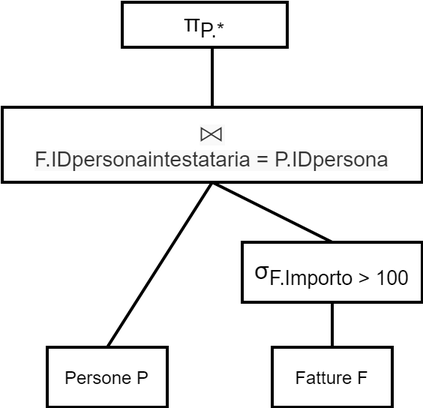
Before: Piani di accesso/Albero logico 1.png, a diagram exported from draw.io (alessandro-antonelli/Studio-professionale-fatture). Source tidied: cells renumbered, new cells last; positions are measured from the earlier drawing's top-left corner, leaving out a move shared by most shapes. The source it was exported from:
```xml
<mxGraphModel>
  <root>
    <mxCell id="0" />
    <mxCell id="1" parent="0" />
    <mxCell id="2" value="&lt;font style=&quot;font-size: 16px&quot;&gt;π&lt;sub&gt;P.*&lt;/sub&gt;&lt;/font&gt;" style="text;html=1;fillColor=none;align=center;verticalAlign=middle;whiteSpace=wrap;rounded=0;strokeColor=#000000;strokeWidth=2;" parent="1" vertex="1">
      <mxGeometry x="80" width="110" height="30" as="geometry" />
    </mxCell>
    <mxCell id="3" style="endArrow=none;html=1;strokeWidth=2;exitX=0.5;exitY=0;exitDx=0;exitDy=0;" parent="1" edge="1" source="6">
      <mxGeometry relative="1" as="geometry">
        <mxPoint x="140" y="30" as="targetPoint" />
      </mxGeometry>
    </mxCell>
    <mxCell id="4" value="Persone P" style="text;html=1;fillColor=none;align=center;verticalAlign=middle;whiteSpace=wrap;rounded=0;strokeColor=#000000;strokeWidth=2;" parent="1" vertex="1">
      <mxGeometry x="30" y="230" width="80" height="40" as="geometry" />
    </mxCell>
    <mxCell id="5" value="Fatture F" style="text;html=1;fillColor=none;align=center;verticalAlign=middle;whiteSpace=wrap;rounded=0;strokeColor=#000000;strokeWidth=2;" parent="1" vertex="1">
      <mxGeometry x="180" y="230" width="80" height="40" as="geometry" />
    </mxCell>
    <mxCell id="6" value="&lt;span style=&quot;text-align: left ; background-color: rgb(249 , 249 , 249)&quot;&gt;&lt;font color=&quot;#333333&quot; face=&quot;Open Sans, Helvetica Neue, Helvetica, Arial, sans-serif&quot; style=&quot;font-size: 16px&quot;&gt;⨝&lt;/font&gt;&lt;br&gt;&lt;font color=&quot;#333333&quot; face=&quot;Open Sans, Helvetica Neue, Helvetica, Arial, sans-serif&quot;&gt;&lt;span style=&quot;font-size: 14px&quot;&gt;F.IDpersonaintestataria = P.IDpersona&lt;/span&gt;&lt;/font&gt;&lt;br&gt;&lt;/span&gt;" style="text;html=1;fillColor=none;align=center;verticalAlign=middle;whiteSpace=wrap;rounded=0;strokeColor=#000000;strokeWidth=2;" parent="1" vertex="1">
      <mxGeometry y="70" width="280" height="50" as="geometry" />
    </mxCell>
    <mxCell id="7" value="&lt;font style=&quot;font-size: 16px&quot;&gt;σ&lt;sub&gt;F.Importo &amp;gt; 100&lt;/sub&gt;&lt;/font&gt;" style="text;html=1;fillColor=none;align=center;verticalAlign=middle;whiteSpace=wrap;rounded=0;strokeColor=#000000;strokeWidth=2;" parent="1" vertex="1">
      <mxGeometry x="160" y="160" width="120" height="40" as="geometry" />
    </mxCell>
    <mxCell id="8" style="endArrow=none;html=1;strokeWidth=2;exitX=0.5;exitY=0;exitDx=0;exitDy=0;" parent="1" edge="1" source="4">
      <mxGeometry relative="1" as="geometry">
        <mxPoint x="140" y="120" as="targetPoint" />
      </mxGeometry>
    </mxCell>
    <mxCell id="9" style="endArrow=none;html=1;strokeWidth=2;exitX=0.5;exitY=0;exitDx=0;exitDy=0;" parent="1" edge="1" source="5" target="7">
      <mxGeometry relative="1" as="geometry" />
    </mxCell>
    <mxCell id="10" style="endArrow=none;html=1;strokeWidth=2;exitX=0.5;exitY=0;exitDx=0;exitDy=0;entryX=0.5;entryY=1;entryDx=0;entryDy=0;" parent="1" edge="1" source="7" target="6">
      <mxGeometry relative="1" as="geometry" />
    </mxCell>
  </root>
</mxGraphModel>
```
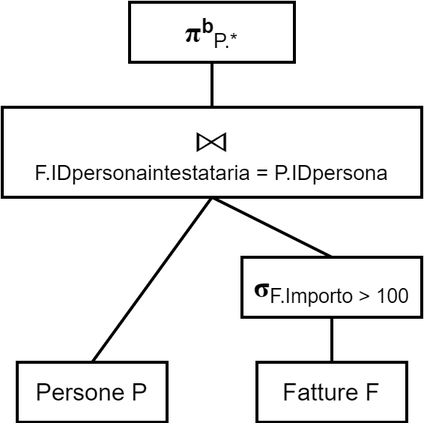
After the change.

The edit, as a diff of the source:
```diff
@@ -2,30 +2,26 @@
   <root>
     <mxCell id="0" />
     <mxCell id="1" parent="0" />
-    <mxCell id="2" value="&lt;font style=&quot;font-size: 16px&quot;&gt;π&lt;sub&gt;P.*&lt;/sub&gt;&lt;/font&gt;" style="text;html=1;fillColor=none;align=center;verticalAlign=middle;whiteSpace=wrap;rounded=0;strokeColor=#000000;strokeWidth=2;" parent="1" vertex="1">
-      <mxGeometry x="80" width="110" height="30" as="geometry" />
+    <mxCell id="2" value="&lt;font&gt;&lt;font face=&quot;Times New Roman&quot; style=&quot;font-size: 20px&quot;&gt;&lt;b&gt;π&lt;/b&gt;&lt;/font&gt;&lt;span style=&quot;font-size: 16px&quot;&gt;&lt;sup&gt;&lt;b&gt;b&lt;/b&gt;&lt;/sup&gt;&lt;sub&gt;P.*&lt;/sub&gt;&lt;/span&gt;&lt;/font&gt;" style="text;html=1;fillColor=none;align=center;verticalAlign=middle;whiteSpace=wrap;rounded=0;strokeColor=#000000;strokeWidth=2;" parent="1" vertex="1">
+      <mxGeometry x="85" y="-10" width="110" height="40" as="geometry" />
     </mxCell>
-    <mxCell id="3" style="endArrow=none;html=1;strokeWidth=2;exitX=0.5;exitY=0;exitDx=0;exitDy=0;" parent="1" edge="1" source="6">
-      <mxGeometry relative="1" as="geometry">
-        <mxPoint x="140" y="30" as="targetPoint" />
-      </mxGeometry>
+    <mxCell id="3" style="endArrow=none;html=1;strokeWidth=2;exitX=0.5;exitY=0;exitDx=0;exitDy=0;entryX=0.5;entryY=1;entryDx=0;entryDy=0;" parent="1" edge="1" source="6" target="2">
+      <mxGeometry relative="1" as="geometry" />
     </mxCell>
-    <mxCell id="4" value="Persone P" style="text;html=1;fillColor=none;align=center;verticalAlign=middle;whiteSpace=wrap;rounded=0;strokeColor=#000000;strokeWidth=2;" parent="1" vertex="1">
-      <mxGeometry x="30" y="230" width="80" height="40" as="geometry" />
+    <mxCell id="4" value="&lt;font style=&quot;font-size: 16px&quot;&gt;Persone P&lt;/font&gt;" style="text;html=1;fillColor=none;align=center;verticalAlign=middle;whiteSpace=wrap;rounded=0;strokeColor=#000000;strokeWidth=2;" parent="1" vertex="1">
+      <mxGeometry x="10" y="230" width="100" height="40" as="geometry" />
     </mxCell>
-    <mxCell id="5" value="Fatture F" style="text;html=1;fillColor=none;align=center;verticalAlign=middle;whiteSpace=wrap;rounded=0;strokeColor=#000000;strokeWidth=2;" parent="1" vertex="1">
-      <mxGeometry x="180" y="230" width="80" height="40" as="geometry" />
+    <mxCell id="5" value="&lt;font style=&quot;font-size: 16px&quot;&gt;Fatture F&lt;/font&gt;" style="text;html=1;fillColor=none;align=center;verticalAlign=middle;whiteSpace=wrap;rounded=0;strokeColor=#000000;strokeWidth=2;" parent="1" vertex="1">
+      <mxGeometry x="170" y="230" width="100" height="40" as="geometry" />
     </mxCell>
-    <mxCell id="6" value="&lt;span style=&quot;text-align: left ; background-color: rgb(249 , 249 , 249)&quot;&gt;&lt;font color=&quot;#333333&quot; face=&quot;Open Sans, Helvetica Neue, Helvetica, Arial, sans-serif&quot; style=&quot;font-size: 16px&quot;&gt;⨝&lt;/font&gt;&lt;br&gt;&lt;font color=&quot;#333333&quot; face=&quot;Open Sans, Helvetica Neue, Helvetica, Arial, sans-serif&quot;&gt;&lt;span style=&quot;font-size: 14px&quot;&gt;F.IDpersonaintestataria = P.IDpersona&lt;/span&gt;&lt;/font&gt;&lt;br&gt;&lt;/span&gt;" style="text;html=1;fillColor=none;align=center;verticalAlign=middle;whiteSpace=wrap;rounded=0;strokeColor=#000000;strokeWidth=2;" parent="1" vertex="1">
-      <mxGeometry y="70" width="280" height="50" as="geometry" />
+    <mxCell id="6" value="&lt;span style=&quot;text-align: left&quot;&gt;&lt;b&gt;&lt;font style=&quot;font-size: 22px&quot;&gt;⨝&lt;/font&gt;&lt;/b&gt;&lt;br&gt;&lt;font style=&quot;font-size: 14px&quot;&gt;F.IDpersonaintestataria = P.IDpersona&lt;/font&gt;&lt;br&gt;&lt;/span&gt;" style="text;html=1;fillColor=none;align=center;verticalAlign=middle;whiteSpace=wrap;rounded=0;strokeColor=#000000;strokeWidth=2;" parent="1" vertex="1">
+      <mxGeometry y="60" width="280" height="60" as="geometry" />
     </mxCell>
-    <mxCell id="7" value="&lt;font style=&quot;font-size: 16px&quot;&gt;σ&lt;sub&gt;F.Importo &amp;gt; 100&lt;/sub&gt;&lt;/font&gt;" style="text;html=1;fillColor=none;align=center;verticalAlign=middle;whiteSpace=wrap;rounded=0;strokeColor=#000000;strokeWidth=2;" parent="1" vertex="1">
+    <mxCell id="7" value="&lt;font&gt;&lt;b&gt;&lt;font style=&quot;font-size: 20px&quot; face=&quot;Times New Roman&quot;&gt;σ&lt;/font&gt;&lt;/b&gt;&lt;span style=&quot;font-size: 16px&quot;&gt;&lt;sub&gt;F.Importo &amp;gt; 100&lt;/sub&gt;&lt;/span&gt;&lt;/font&gt;" style="text;html=1;fillColor=none;align=center;verticalAlign=middle;whiteSpace=wrap;rounded=0;strokeColor=#000000;strokeWidth=2;" parent="1" vertex="1">
       <mxGeometry x="160" y="160" width="120" height="40" as="geometry" />
     </mxCell>
-    <mxCell id="8" style="endArrow=none;html=1;strokeWidth=2;exitX=0.5;exitY=0;exitDx=0;exitDy=0;" parent="1" edge="1" source="4">
-      <mxGeometry relative="1" as="geometry">
-        <mxPoint x="140" y="120" as="targetPoint" />
-      </mxGeometry>
+    <mxCell id="8" style="endArrow=none;html=1;strokeWidth=2;exitX=0.5;exitY=0;exitDx=0;exitDy=0;entryX=0.5;entryY=1;entryDx=0;entryDy=0;" parent="1" edge="1" source="4" target="6">
+      <mxGeometry relative="1" as="geometry" />
     </mxCell>
     <mxCell id="9" style="endArrow=none;html=1;strokeWidth=2;exitX=0.5;exitY=0;exitDx=0;exitDy=0;" parent="1" edge="1" source="5" target="7">
       <mxGeometry relative="1" as="geometry" />
```
